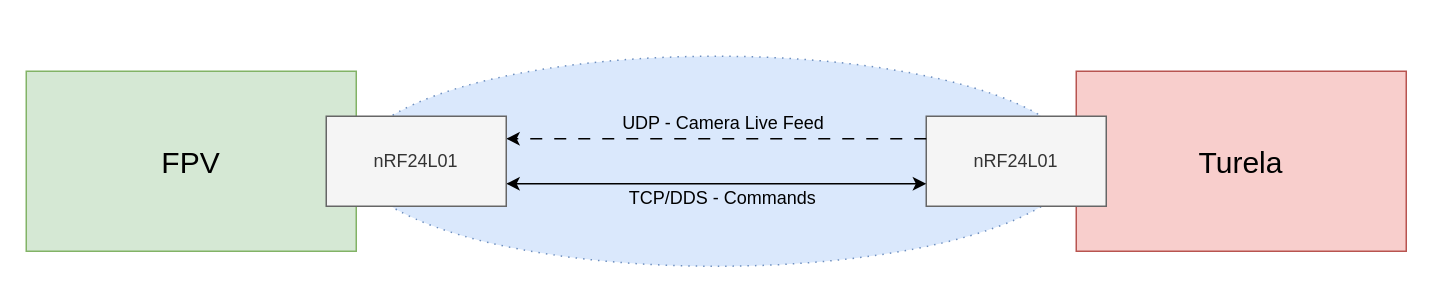
Before: utils/architecture/editables/video_trans+commands_v1.drawio in war1u5/Misha, a draw.io diagram. Source tidied: cells renumbered, new cells numbered last; positions are measured from the earlier drawing's top-left corner, leaving out a move shared by most shapes. Both pictures are drawn from the tidied source at 150%, with x=0, y=0 at pixel (26, 56).
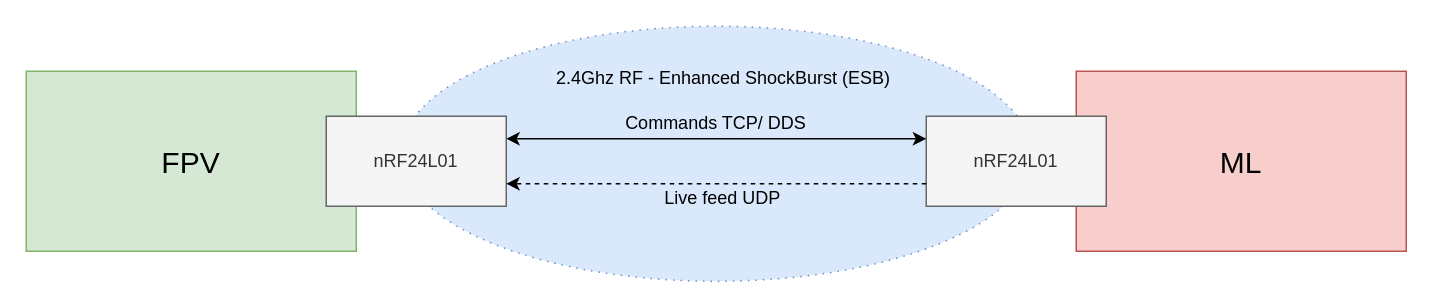
The same diagram, later.

The edit, as a diff of the source:
```diff
@@
 <mxGraphModel>
   <root>
     <mxCell id="0" />
     <mxCell id="1" parent="0" />
-    <mxCell id="2" value="&lt;font style=&quot;font-size: 20px;&quot;&gt;Turela&lt;/font&gt;" style="rounded=0;whiteSpace=wrap;html=1;fillColor=#f8cecc;strokeColor=#b85450;" parent="1" vertex="1">
+    <mxCell id="2" value="&lt;span style=&quot;font-size: 20px;&quot;&gt;ML&lt;/span&gt;" style="rounded=0;whiteSpace=wrap;html=1;fillColor=#f8cecc;strokeColor=#b85450;" parent="1" vertex="1">
       <mxGeometry x="700" y="10" width="220" height="120" as="geometry" />
     </mxCell>
     <mxCell id="3" value="&lt;font style=&quot;font-size: 20px;&quot;&gt;FPV&lt;/font&gt;" style="rounded=0;whiteSpace=wrap;html=1;fillColor=#d5e8d4;strokeColor=#82b366;" parent="1" vertex="1">
       <mxGeometry y="10" width="220" height="120" as="geometry" />
     </mxCell>
     <mxCell id="4" style="ellipse;whiteSpace=wrap;html=1;fillColor=#dae8fc;dashed=1;dashPattern=1 4;strokeColor=#6c8ebf;" parent="1" vertex="1">
-      <mxGeometry x="220" width="480" height="140" as="geometry" />
+      <mxGeometry x="250" y="-20" width="420" height="170" as="geometry" />
     </mxCell>
-    <mxCell id="5" value="nRF24L01" style="rounded=0;whiteSpace=wrap;html=1;fillColor=#f5f5f5;fontColor=#333333;strokeColor=#666666;" parent="1" vertex="1">
+    <mxCell id="5" value="nRF24L01 " style="rounded=0;whiteSpace=wrap;html=1;fillColor=#f5f5f5;fontColor=#333333;strokeColor=#666666;" parent="1" vertex="1">
       <mxGeometry x="600" y="40" width="120" height="60" as="geometry" />
     </mxCell>
-    <mxCell id="6" style="endArrow=classic;html=1;rounded=0;entryX=1;entryY=0.25;entryDx=0;entryDy=0;exitX=0;exitY=0.25;exitDx=0;exitDy=0;dashed=1;dashPattern=8 8;" parent="1" edge="1" source="5" target="8">
-      <mxGeometry relative="1" as="geometry" />
-    </mxCell>
-    <mxCell id="7" style="endArrow=classic;startArrow=classic;html=1;rounded=0;exitX=1;exitY=0.75;exitDx=0;exitDy=0;entryX=0;entryY=0.75;entryDx=0;entryDy=0;" parent="1" edge="1" source="8" target="5">
+    <mxCell id="7" style="endArrow=classic;startArrow=classic;html=1;rounded=0;exitX=1;exitY=0.25;exitDx=0;exitDy=0;entryX=0;entryY=0.25;entryDx=0;entryDy=0;" parent="1" edge="1" source="8" target="5">
       <mxGeometry relative="1" as="geometry" />
     </mxCell>
-    <mxCell id="8" value="nRF24L01" style="rounded=0;whiteSpace=wrap;html=1;fillColor=#f5f5f5;fontColor=#333333;strokeColor=#666666;" parent="1" vertex="1">
+    <mxCell id="8" value="nRF24L01 " style="rounded=0;whiteSpace=wrap;html=1;fillColor=#f5f5f5;fontColor=#333333;strokeColor=#666666;" parent="1" vertex="1">
       <mxGeometry x="200" y="40" width="120" height="60" as="geometry" />
     </mxCell>
-    <mxCell id="9" value="UDP - Camera Live Feed" style="text;html=1;strokeColor=none;fillColor=none;align=center;verticalAlign=middle;whiteSpace=wrap;rounded=0;" parent="1" vertex="1">
-      <mxGeometry x="369.5" y="40" width="190" height="10" as="geometry" />
-    </mxCell>
-    <mxCell id="10" value="TCP/DDS - Commands" style="text;html=1;strokeColor=none;fillColor=none;align=center;verticalAlign=middle;whiteSpace=wrap;rounded=0;" parent="1" vertex="1">
-      <mxGeometry x="362" y="90" width="205" height="10" as="geometry" />
+    <mxCell id="10" value="Commands TCP/ DDS" style="text;html=1;strokeColor=none;fillColor=none;align=center;verticalAlign=middle;whiteSpace=wrap;rounded=0;" parent="1" vertex="1">
+      <mxGeometry x="379" y="40" width="162" height="10" as="geometry" />
     </mxCell>
+    <mxCell id="11" value="2.4Ghz RF -&amp;nbsp;Enhanced ShockBurst (ESB) " style="text;html=1;strokeColor=none;fillColor=none;align=center;verticalAlign=middle;whiteSpace=wrap;rounded=0;" parent="1" vertex="1">
+      <mxGeometry x="345" width="240" height="30" as="geometry" />
+    </mxCell>
+    <mxCell id="6" style="endArrow=classic;html=1;rounded=0;exitX=0;exitY=0.75;exitDx=0;exitDy=0;entryX=1;entryY=0.75;entryDx=0;entryDy=0;dashed=1;" parent="1" edge="1" source="5" target="8">
+      <mxGeometry relative="1" as="geometry" />
+    </mxCell>
+    <mxCell id="12" value="Live feed UDP" style="text;html=1;strokeColor=none;fillColor=none;align=center;verticalAlign=middle;whiteSpace=wrap;rounded=0;" parent="1" vertex="1">
+      <mxGeometry x="417" y="90" width="95" height="10" as="geometry" />
+    </mxCell>
   </root>
 </mxGraphModel>
```
